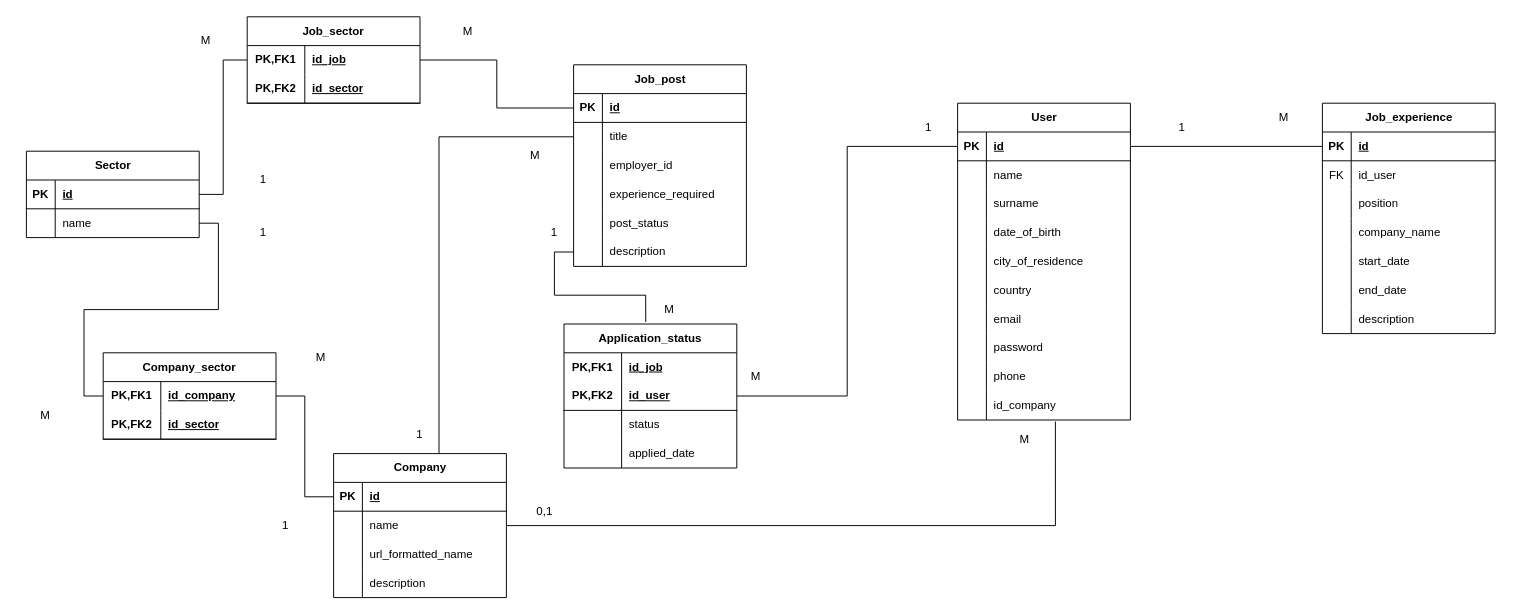
Earlier version of the draw.io diagram postings_database.drawio (TheSlashVII/postings). Source tidied: cells renumbered, new cells numbered last; positions are measured from the earlier drawing's top-left corner, leaving out a move shared by most shapes. Both pictures are drawn from the tidied source at 96%, with x=0, y=0 at pixel (16, 16).
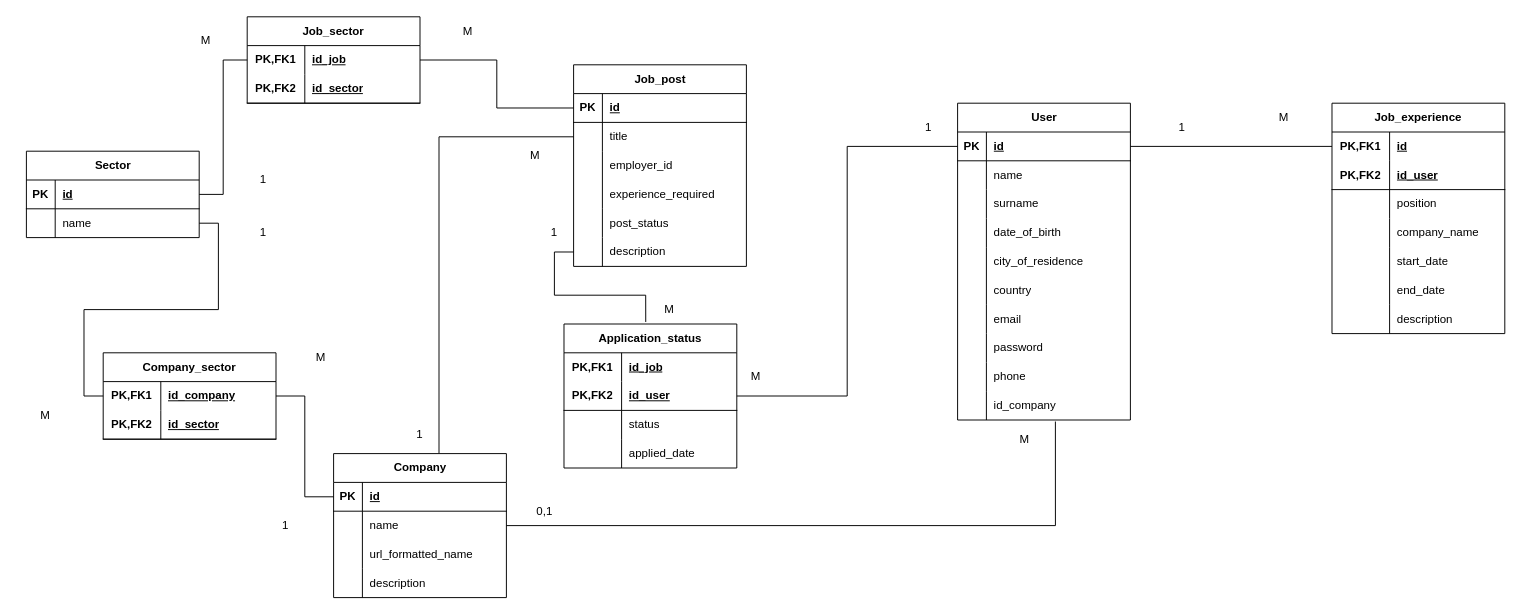
After the change.

The change refers to these unchanged cells:
```xml
<mxCell id="3" style="shape=tableRow;horizontal=0;startSize=0;swimlaneHead=0;swimlaneBody=0;fillColor=none;points=[[0,0.5],[1,0.5]];portConstraint=eastwest;top=0;left=0;right=0;bottom=1;" parent="2" vertex="1">
  <mxGeometry y="30" width="180" height="30" as="geometry" />
</mxCell>
```

What changed in the source:
```diff
@@
-    <mxCell id="106" value="Job_experience" style="shape=table;startSize=30;childLayout=tableLayout;rowLines=0;fontStyle=1;align=center;html=1;" parent="1" vertex="1">
-      <mxGeometry x="1360" y="90" width="180" height="240" as="geometry" />
-    </mxCell>
-    <mxCell id="107" style="shape=tableRow;horizontal=0;startSize=0;swimlaneHead=0;swimlaneBody=0;fillColor=none;points=[[0,0.5],[1,0.5]];portConstraint=eastwest;top=0;left=0;right=0;bottom=1;" parent="106" vertex="1">
-      <mxGeometry y="30" width="180" height="30" as="geometry" />
-    </mxCell>
-    <mxCell id="108" value="PK" style="shape=partialRectangle;fillColor=none;top=0;left=0;bottom=0;right=0;fontStyle=1;overflow=hidden;whiteSpace=wrap;html=1;" parent="107" vertex="1">
-      <mxGeometry width="30" height="30" as="geometry" />
-    </mxCell>
-    <mxCell id="109" value="id" style="shape=partialRectangle;fillColor=none;top=0;left=0;bottom=0;right=0;align=left;spacingLeft=6;fontStyle=5;overflow=hidden;whiteSpace=wrap;html=1;" parent="107" vertex="1">
-      <mxGeometry x="30" width="150" height="30" as="geometry" />
-    </mxCell>
-    <mxCell id="110" style="shape=tableRow;horizontal=0;startSize=0;swimlaneHead=0;swimlaneBody=0;fillColor=none;top=0;left=0;right=0;bottom=0;" parent="106" vertex="1">
-      <mxGeometry y="60" width="180" height="30" as="geometry" />
-    </mxCell>
-    <mxCell id="111" value="FK" style="shape=partialRectangle;fillColor=none;top=0;left=0;bottom=0;right=0;overflow=hidden;whiteSpace=wrap;html=1;" parent="110" vertex="1">
-      <mxGeometry width="30" height="30" as="geometry" />
-    </mxCell>
-    <mxCell id="112" value="id_user" style="shape=partialRectangle;fillColor=none;top=0;left=0;bottom=0;right=0;align=left;spacingLeft=6;overflow=hidden;whiteSpace=wrap;html=1;" parent="110" vertex="1">
-      <mxGeometry x="30" width="150" height="30" as="geometry" />
-    </mxCell>
-    <mxCell id="113" style="shape=tableRow;horizontal=0;startSize=0;swimlaneHead=0;swimlaneBody=0;fillColor=none;top=0;left=0;right=0;bottom=0;" parent="106" vertex="1">
-      <mxGeometry y="90" width="180" height="30" as="geometry" />
-    </mxCell>
-    <mxCell id="114" style="shape=partialRectangle;fillColor=none;top=0;left=0;bottom=0;right=0;overflow=hidden;whiteSpace=wrap;html=1;" parent="113" vertex="1">
-      <mxGeometry width="30" height="30" as="geometry" />
-    </mxCell>
-    <mxCell id="115" value="position" style="shape=partialRectangle;fillColor=none;top=0;left=0;bottom=0;right=0;align=left;spacingLeft=6;overflow=hidden;whiteSpace=wrap;html=1;" parent="113" vertex="1">
-      <mxGeometry x="30" width="150" height="30" as="geometry" />
-    </mxCell>
-    <mxCell id="116" style="shape=tableRow;horizontal=0;startSize=0;swimlaneHead=0;swimlaneBody=0;fillColor=none;top=0;left=0;right=0;bottom=0;" parent="106" vertex="1">
-      <mxGeometry y="120" width="180" height="30" as="geometry" />
-    </mxCell>
-    <mxCell id="117" style="shape=partialRectangle;fillColor=none;top=0;left=0;bottom=0;right=0;overflow=hidden;whiteSpace=wrap;html=1;" parent="116" vertex="1">
-      <mxGeometry width="30" height="30" as="geometry" />
-    </mxCell>
-    <mxCell id="118" value="company_name" style="shape=partialRectangle;fillColor=none;top=0;left=0;bottom=0;right=0;align=left;spacingLeft=6;overflow=hidden;whiteSpace=wrap;html=1;" parent="116" vertex="1">
-      <mxGeometry x="30" width="150" height="30" as="geometry" />
-    </mxCell>
-    <mxCell id="119" style="shape=tableRow;horizontal=0;startSize=0;swimlaneHead=0;swimlaneBody=0;fillColor=none;top=0;left=0;right=0;bottom=0;" parent="106" vertex="1">
-      <mxGeometry y="150" width="180" height="30" as="geometry" />
-    </mxCell>
-    <mxCell id="120" style="shape=partialRectangle;fillColor=none;top=0;left=0;bottom=0;right=0;overflow=hidden;whiteSpace=wrap;html=1;" parent="119" vertex="1">
-      <mxGeometry width="30" height="30" as="geometry" />
-    </mxCell>
-    <mxCell id="121" value="start_date" style="shape=partialRectangle;fillColor=none;top=0;left=0;bottom=0;right=0;align=left;spacingLeft=6;overflow=hidden;whiteSpace=wrap;html=1;" parent="119" vertex="1">
-      <mxGeometry x="30" width="150" height="30" as="geometry" />
-    </mxCell>
-    <mxCell id="122" style="shape=tableRow;horizontal=0;startSize=0;swimlaneHead=0;swimlaneBody=0;fillColor=none;top=0;left=0;right=0;bottom=0;" parent="106" vertex="1">
-      <mxGeometry y="180" width="180" height="30" as="geometry" />
-    </mxCell>
-    <mxCell id="123" style="shape=partialRectangle;fillColor=none;top=0;left=0;bottom=0;right=0;overflow=hidden;whiteSpace=wrap;html=1;" parent="122" vertex="1">
-      <mxGeometry width="30" height="30" as="geometry" />
-    </mxCell>
-    <mxCell id="124" value="end_date" style="shape=partialRectangle;fillColor=none;top=0;left=0;bottom=0;right=0;align=left;spacingLeft=6;overflow=hidden;whiteSpace=wrap;html=1;" parent="122" vertex="1">
-      <mxGeometry x="30" width="150" height="30" as="geometry" />
-    </mxCell>
-    <mxCell id="125" style="shape=tableRow;horizontal=0;startSize=0;swimlaneHead=0;swimlaneBody=0;fillColor=none;top=0;left=0;right=0;bottom=0;" parent="106" vertex="1">
-      <mxGeometry y="210" width="180" height="30" as="geometry" />
-    </mxCell>
-    <mxCell id="126" style="shape=partialRectangle;fillColor=none;top=0;left=0;bottom=0;right=0;overflow=hidden;whiteSpace=wrap;html=1;" parent="125" vertex="1">
-      <mxGeometry width="30" height="30" as="geometry" />
-    </mxCell>
-    <mxCell id="127" value="description" style="shape=partialRectangle;fillColor=none;top=0;left=0;bottom=0;right=0;align=left;spacingLeft=6;overflow=hidden;whiteSpace=wrap;html=1;" parent="125" vertex="1">
-      <mxGeometry x="30" width="150" height="30" as="geometry" />
-    </mxCell>
@@
-    <mxCell id="135" style="edgeStyle=orthogonalEdgeStyle;rounded=0;jettySize=auto;html=1;entryX=0;entryY=0.5;entryDx=0;entryDy=0;defaultLabelBackgroundColor=page;endArrow=none;endFill=0;" parent="1" edge="1" source="3" target="107">
-      <mxGeometry relative="1" as="geometry" />
-    </mxCell>
@@
+    <mxCell id="106" value="Job_experience" style="shape=table;startSize=30;childLayout=tableLayout;rowLines=0;fontStyle=1;align=center;html=1;whiteSpace=wrap;" parent="1" vertex="1">
+      <mxGeometry x="1370" y="90" width="180" height="240" as="geometry" />
+    </mxCell>
+    <mxCell id="147" style="shape=tableRow;horizontal=0;startSize=0;swimlaneHead=0;swimlaneBody=0;fillColor=none;points=[[0,0.5],[1,0.5]];portConstraint=eastwest;top=0;left=0;right=0;bottom=0;html=1;" parent="106" vertex="1">
+      <mxGeometry y="30" width="180" height="30" as="geometry" />
+    </mxCell>
+    <mxCell id="148" value="PK,FK1" style="shape=partialRectangle;fillColor=none;top=0;left=0;bottom=0;right=0;fontStyle=1;overflow=hidden;html=1;whiteSpace=wrap;" parent="147" vertex="1">
+      <mxGeometry width="60" height="30" as="geometry" />
+    </mxCell>
+    <mxCell id="109" value="id" style="shape=partialRectangle;fillColor=none;top=0;left=0;bottom=0;right=0;align=left;spacingLeft=6;fontStyle=5;overflow=hidden;html=1;whiteSpace=wrap;" parent="147" vertex="1">
+      <mxGeometry x="60" width="120" height="30" as="geometry" />
+    </mxCell>
+    <mxCell id="149" style="shape=tableRow;horizontal=0;startSize=0;swimlaneHead=0;swimlaneBody=0;fillColor=none;top=0;left=0;right=0;bottom=1;html=1;" parent="106" vertex="1">
+      <mxGeometry y="60" width="180" height="30" as="geometry" />
+    </mxCell>
+    <mxCell id="150" value="PK,FK2" style="shape=partialRectangle;fillColor=none;top=0;left=0;bottom=0;right=0;fontStyle=1;overflow=hidden;html=1;whiteSpace=wrap;" parent="149" vertex="1">
+      <mxGeometry width="60" height="30" as="geometry" />
+    </mxCell>
+    <mxCell id="112" value="id_user" style="shape=partialRectangle;fillColor=none;top=0;left=0;bottom=0;right=0;align=left;spacingLeft=6;fontStyle=5;overflow=hidden;html=1;whiteSpace=wrap;" parent="149" vertex="1">
+      <mxGeometry x="60" width="120" height="30" as="geometry" />
+    </mxCell>
+    <mxCell id="151" style="shape=tableRow;horizontal=0;startSize=0;swimlaneHead=0;swimlaneBody=0;fillColor=none;top=0;left=0;right=0;bottom=0;html=1;" parent="106" vertex="1">
+      <mxGeometry y="90" width="180" height="30" as="geometry" />
+    </mxCell>
+    <mxCell id="152" style="shape=partialRectangle;fillColor=none;top=0;left=0;bottom=0;right=0;overflow=hidden;html=1;whiteSpace=wrap;" parent="151" vertex="1">
+      <mxGeometry width="60" height="30" as="geometry" />
+    </mxCell>
+    <mxCell id="115" value="position" style="shape=partialRectangle;fillColor=none;top=0;left=0;bottom=0;right=0;align=left;spacingLeft=6;overflow=hidden;html=1;whiteSpace=wrap;" parent="151" vertex="1">
+      <mxGeometry x="60" width="120" height="30" as="geometry" />
+    </mxCell>
+    <mxCell id="153" style="shape=tableRow;horizontal=0;startSize=0;swimlaneHead=0;swimlaneBody=0;fillColor=none;top=0;left=0;right=0;bottom=0;html=1;" parent="106" vertex="1">
+      <mxGeometry y="120" width="180" height="30" as="geometry" />
+    </mxCell>
+    <mxCell id="154" style="shape=partialRectangle;fillColor=none;top=0;left=0;bottom=0;right=0;overflow=hidden;html=1;whiteSpace=wrap;" parent="153" vertex="1">
+      <mxGeometry width="60" height="30" as="geometry" />
+    </mxCell>
+    <mxCell id="118" value="company_name" style="shape=partialRectangle;fillColor=none;top=0;left=0;bottom=0;right=0;align=left;spacingLeft=6;overflow=hidden;html=1;whiteSpace=wrap;" parent="153" vertex="1">
+      <mxGeometry x="60" width="120" height="30" as="geometry" />
+    </mxCell>
+    <mxCell id="155" style="shape=tableRow;horizontal=0;startSize=0;swimlaneHead=0;swimlaneBody=0;fillColor=none;top=0;left=0;right=0;bottom=0;html=1;" parent="106" vertex="1">
+      <mxGeometry y="150" width="180" height="30" as="geometry" />
+    </mxCell>
+    <mxCell id="156" style="shape=partialRectangle;fillColor=none;top=0;left=0;bottom=0;right=0;overflow=hidden;html=1;whiteSpace=wrap;" parent="155" vertex="1">
+      <mxGeometry width="60" height="30" as="geometry" />
+    </mxCell>
+    <mxCell id="121" value="start_date" style="shape=partialRectangle;fillColor=none;top=0;left=0;bottom=0;right=0;align=left;spacingLeft=6;overflow=hidden;html=1;whiteSpace=wrap;" parent="155" vertex="1">
+      <mxGeometry x="60" width="120" height="30" as="geometry" />
+    </mxCell>
+    <mxCell id="157" style="shape=tableRow;horizontal=0;startSize=0;swimlaneHead=0;swimlaneBody=0;fillColor=none;top=0;left=0;right=0;bottom=0;html=1;" parent="106" vertex="1">
+      <mxGeometry y="180" width="180" height="30" as="geometry" />
+    </mxCell>
+    <mxCell id="158" style="shape=partialRectangle;fillColor=none;top=0;left=0;bottom=0;right=0;overflow=hidden;html=1;whiteSpace=wrap;" parent="157" vertex="1">
+      <mxGeometry width="60" height="30" as="geometry" />
+    </mxCell>
+    <mxCell id="124" value="end_date" style="shape=partialRectangle;fillColor=none;top=0;left=0;bottom=0;right=0;align=left;spacingLeft=6;overflow=hidden;html=1;whiteSpace=wrap;" parent="157" vertex="1">
+      <mxGeometry x="60" width="120" height="30" as="geometry" />
+    </mxCell>
+    <mxCell id="159" style="shape=tableRow;horizontal=0;startSize=0;swimlaneHead=0;swimlaneBody=0;fillColor=none;top=0;left=0;right=0;bottom=0;html=1;" parent="106" vertex="1">
+      <mxGeometry y="210" width="180" height="30" as="geometry" />
+    </mxCell>
+    <mxCell id="160" style="shape=partialRectangle;fillColor=none;top=0;left=0;bottom=0;right=0;overflow=hidden;html=1;whiteSpace=wrap;" parent="159" vertex="1">
+      <mxGeometry width="60" height="30" as="geometry" />
+    </mxCell>
+    <mxCell id="127" value="description" style="shape=partialRectangle;fillColor=none;top=0;left=0;bottom=0;right=0;align=left;spacingLeft=6;overflow=hidden;html=1;whiteSpace=wrap;" parent="159" vertex="1">
+      <mxGeometry x="60" width="120" height="30" as="geometry" />
+    </mxCell>
+    <mxCell id="161" style="edgeStyle=orthogonalEdgeStyle;rounded=0;jettySize=auto;html=1;entryX=0;entryY=0.5;entryDx=0;entryDy=0;defaultLabelBackgroundColor=page;endArrow=none;endFill=0;" parent="1" edge="1" source="3" target="147">
+      <mxGeometry relative="1" as="geometry" />
+    </mxCell>
```
